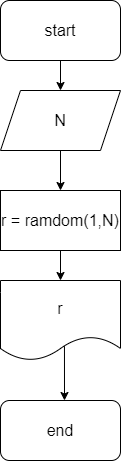
Earlier version of the draw.io export ex000.drawio.png (MNXACb/introduction-to-programming). Source tidied: cells renumbered, new cells last; positions are measured from the earlier drawing's top-left corner, leaving out a move shared by most shapes.
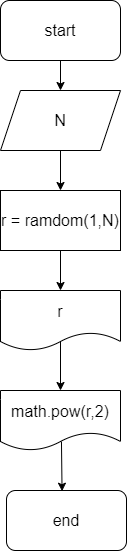
After the change.

Change to the diagram source:
```diff
@@ -21,15 +21,19 @@
       <mxGeometry y="190" width="120" height="60" as="geometry" />
     </mxCell>
     <mxCell id="8" value="end" style="rounded=1;whiteSpace=wrap;html=1;fontSize=16;strokeWidth=1;" parent="1" vertex="1">
-      <mxGeometry y="400" width="120" height="60" as="geometry" />
+      <mxGeometry x="6" y="490" width="120" height="60" as="geometry" />
     </mxCell>
-    <mxCell id="9" style="edgeStyle=none;html=1;exitX=0.533;exitY=0.8;exitDx=0;exitDy=0;fontSize=16;strokeWidth=1;exitPerimeter=0;" parent="1" edge="1" source="10">
-      <mxGeometry relative="1" as="geometry">
-        <mxPoint x="64" y="400" as="targetPoint" />
-      </mxGeometry>
+    <mxCell id="9" style="edgeStyle=none;html=1;exitX=0.5;exitY=0.825;exitDx=0;exitDy=0;fontSize=16;strokeWidth=1;exitPerimeter=0;entryX=0.5;entryY=0;entryDx=0;entryDy=0;" parent="1" edge="1" source="10" target="12">
+      <mxGeometry relative="1" as="geometry" />
     </mxCell>
     <mxCell id="10" value="r" style="shape=document;whiteSpace=wrap;html=1;boundedLbl=1;fontSize=16;strokeWidth=1;" parent="1" vertex="1">
-      <mxGeometry y="280" width="120" height="80" as="geometry" />
+      <mxGeometry y="290" width="120" height="60" as="geometry" />
     </mxCell>
+    <mxCell id="11" style="edgeStyle=none;html=1;exitX=0.508;exitY=0.85;exitDx=0;exitDy=0;fontSize=16;strokeWidth=1;exitPerimeter=0;entryX=0.463;entryY=0.012;entryDx=0;entryDy=0;entryPerimeter=0;" parent="1" edge="1" source="12" target="8">
+      <mxGeometry relative="1" as="geometry" />
+    </mxCell>
+    <mxCell id="12" value="math.pow(r,2)" style="shape=document;whiteSpace=wrap;html=1;boundedLbl=1;fontSize=16;strokeWidth=1;" parent="1" vertex="1">
+      <mxGeometry y="390" width="120" height="60" as="geometry" />
+    </mxCell>
   </root>
 </mxGraphModel>
```
